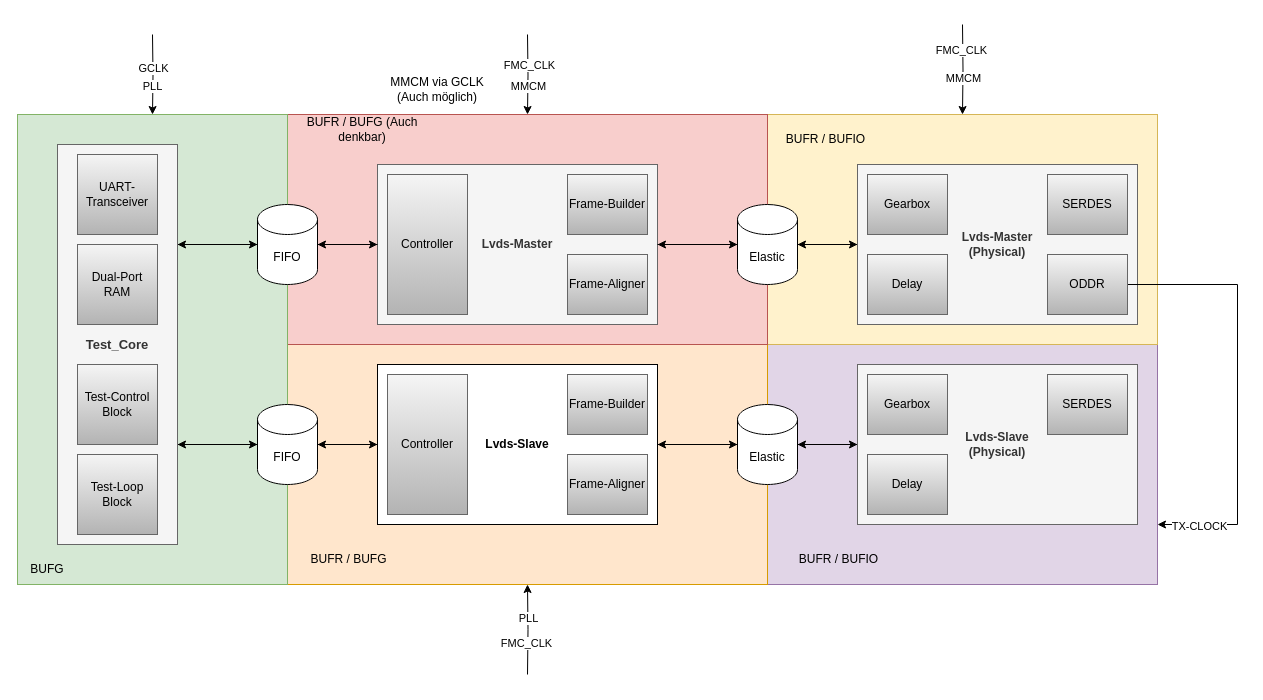
Before: src/hdl/lvds_transceiver/doc/clock_concept.drawio in CyrilHerzog/lvds_transceiver, a draw.io diagram. Source tidied: cells renumbered, new cells numbered last; positions are measured from the earlier drawing's top-left corner, leaving out a move shared by most shapes. Both pictures are drawn from the tidied source at 100%, with x=0, y=0 at pixel (17, 24).
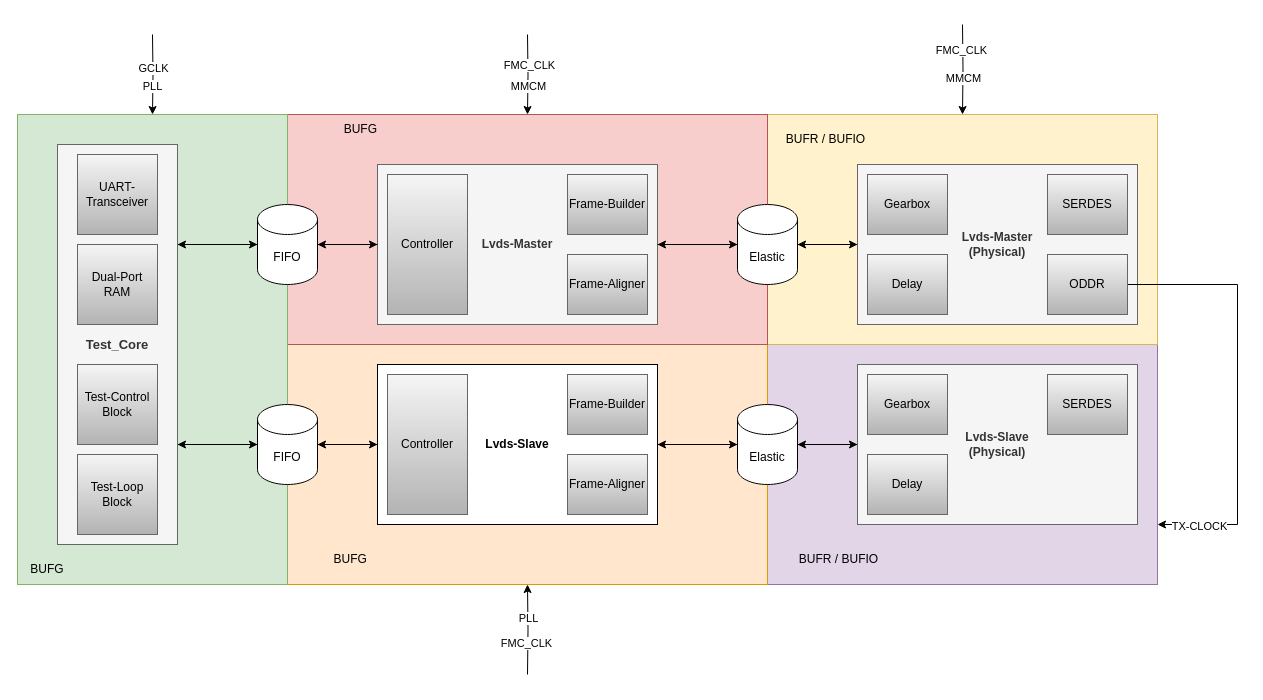
The same diagram, later.

The edit, as a diff of the source:
```diff
@@
-    <mxCell id="39" value="BUFR / BUFG (Auch denkbar)" style="text;html=1;align=center;verticalAlign=middle;whiteSpace=wrap;rounded=0;" parent="1" vertex="1">
+    <mxCell id="39" value="BUFG&amp;nbsp;" style="text;html=1;align=center;verticalAlign=middle;whiteSpace=wrap;rounded=0;" parent="1" vertex="1">
       <mxGeometry x="280" y="90" width="130" height="30" as="geometry" />
     </mxCell>
@@
-    <mxCell id="56" value="MMCM via GCLK (Auch möglich)" style="text;html=1;align=center;verticalAlign=middle;whiteSpace=wrap;rounded=0;" parent="1" vertex="1">
-      <mxGeometry x="360" y="50" width="120" height="30" as="geometry" />
-    </mxCell>
@@
-    <mxCell id="67" value="BUFR / BUFG" style="text;html=1;align=center;verticalAlign=middle;whiteSpace=wrap;rounded=0;" parent="1" vertex="1">
+    <mxCell id="67" value="&amp;nbsp;BUFG" style="text;html=1;align=center;verticalAlign=middle;whiteSpace=wrap;rounded=0;" parent="1" vertex="1">
       <mxGeometry x="280" y="520" width="103" height="30" as="geometry" />
     </mxCell>
```
